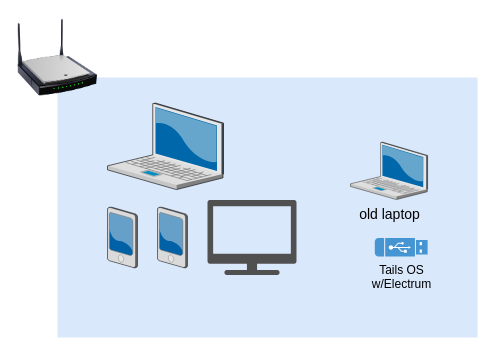
rschristopher/rschristopher.github.io keeps this draw.io diagram as page "Level-2" (2 of 12) of saving.drawio. Above is the earlier version. Source tidied: cells renumbered, new cells numbered last; positions are measured from the earlier drawing's top-left corner, leaving out a move shared by most shapes. Both pictures are drawn from the tidied source at 100%, with x=0, y=0 at pixel (17, 17).
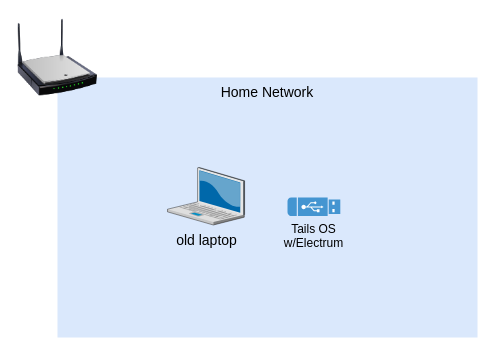
The same page after the edit.

The edit, as a diff of the source:
```diff
@@
 <mxGraphModel>
   <root>
     <mxCell id="0" />
     <mxCell id="1" parent="0" />
-    <mxCell id="2" style="whiteSpace=wrap;html=1;fillColor=#dae8fc;fontSize=14;strokeColor=none;verticalAlign=top;" parent="1" vertex="1">
+    <mxCell id="2" value="Home Network" style="whiteSpace=wrap;html=1;fillColor=#dae8fc;fontSize=14;strokeColor=none;verticalAlign=top;" parent="1" vertex="1">
       <mxGeometry x="40" y="60" width="420" height="260" as="geometry" />
     </mxCell>
-    <mxCell id="3" style="verticalLabelPosition=bottom;html=1;verticalAlign=top;strokeColor=none;shape=mxgraph.citrix.laptop_2;fillColor=#66B2FF;gradientColor=#0066CC;fontSize=14;" parent="1" vertex="1">
-      <mxGeometry x="90" y="85.6" width="116" height="86.5" as="geometry" />
-    </mxCell>
-    <mxCell id="4" style="verticalLabelPosition=bottom;html=1;verticalAlign=top;strokeColor=none;shape=mxgraph.citrix.pda;fillColor=#66B2FF;gradientColor=#0066CC;fontSize=14;" parent="1" vertex="1">
-      <mxGeometry x="90" y="189.5" width="30" height="61" as="geometry" />
-    </mxCell>
     <mxCell id="5" style="image;html=1;image=img/lib/clip_art/networking/Wireless_Router_N_128x128.png;" parent="1" vertex="1">
       <mxGeometry width="80" height="80" as="geometry" />
     </mxCell>
-    <mxCell id="6" style="verticalLabelPosition=bottom;html=1;verticalAlign=top;strokeColor=none;shape=mxgraph.citrix.pda;fillColor=#66B2FF;gradientColor=#0066CC;fontSize=14;" parent="1" vertex="1">
-      <mxGeometry x="140" y="189.5" width="30" height="61" as="geometry" />
-    </mxCell>
-    <mxCell id="7" style="sketch=0;shadow=0;dashed=0;html=1;strokeColor=none;fillColor=#505050;labelPosition=center;verticalLabelPosition=bottom;verticalAlign=top;align=center;shape=mxgraph.office.devices.tv;labelBackgroundColor=#FFFFFF;" parent="1" vertex="1">
-      <mxGeometry x="190" y="182.5" width="89" height="75" as="geometry" />
-    </mxCell>
     <mxCell id="8" value="old laptop" style="verticalLabelPosition=bottom;html=1;verticalAlign=top;strokeColor=none;shape=mxgraph.citrix.laptop_2;fillColor=#66B2FF;gradientColor=#0066CC;fontSize=14;" parent="1" vertex="1">
-      <mxGeometry x="333" y="124.6" width="77.1" height="57.5" as="geometry" />
+      <mxGeometry x="150" y="150" width="77.1" height="57.5" as="geometry" />
     </mxCell>
     <mxCell id="9" value="Tails OS&lt;br&gt;w/Electrum" style="shadow=0;dashed=0;html=1;strokeColor=none;fillColor=#4495D1;labelPosition=center;verticalLabelPosition=bottom;verticalAlign=top;align=center;shape=mxgraph.veeam.usb;labelBackgroundColor=none;" parent="1" vertex="1">
-      <mxGeometry x="357.3" y="220.5" width="52.8" height="18.4" as="geometry" />
+      <mxGeometry x="270" y="180" width="52.8" height="18.4" as="geometry" />
     </mxCell>
   </root>
 </mxGraphModel>
```
